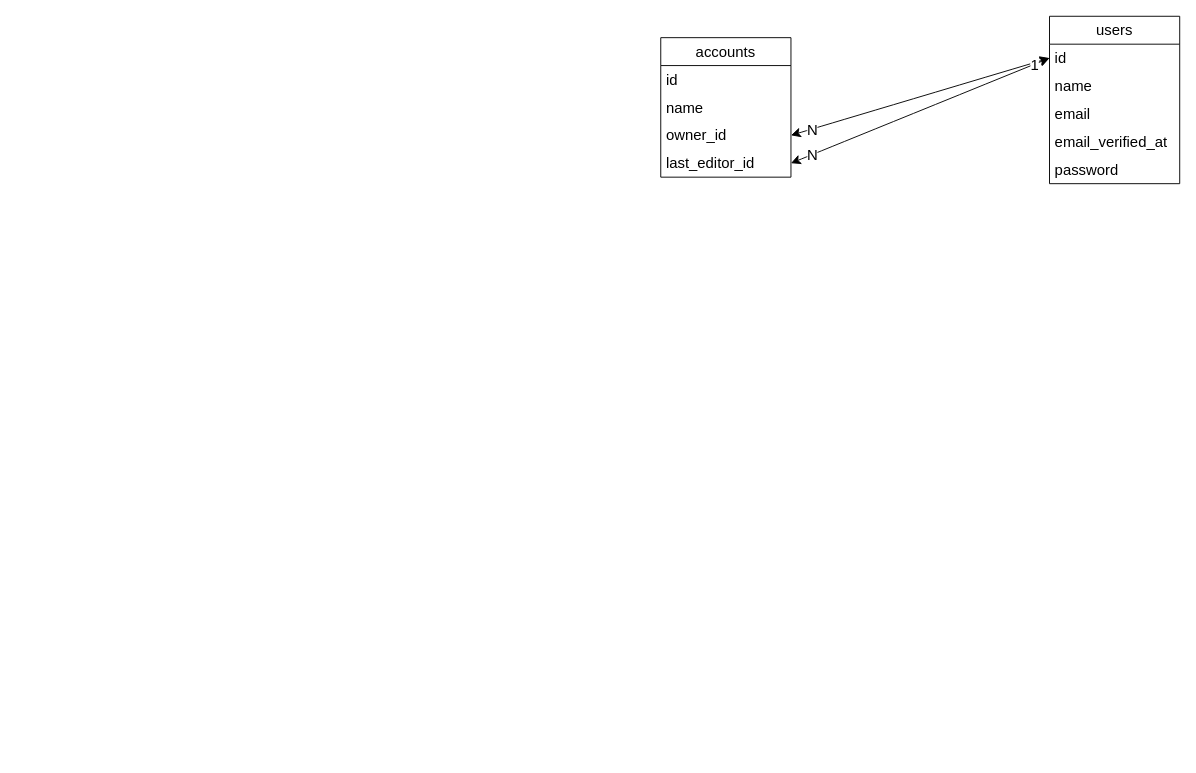
Before: page "Página-2" (2 of 2) of Diagrama sem nome.drawio in vballestrini/diagrams, a draw.io diagram. Source tidied: cells renumbered, new cells numbered last; positions are measured from the earlier drawing's top-left corner, leaving out a move shared by most shapes. Both pictures are drawn from the tidied source at 93%, with x=0, y=0 at pixel (660, 16).
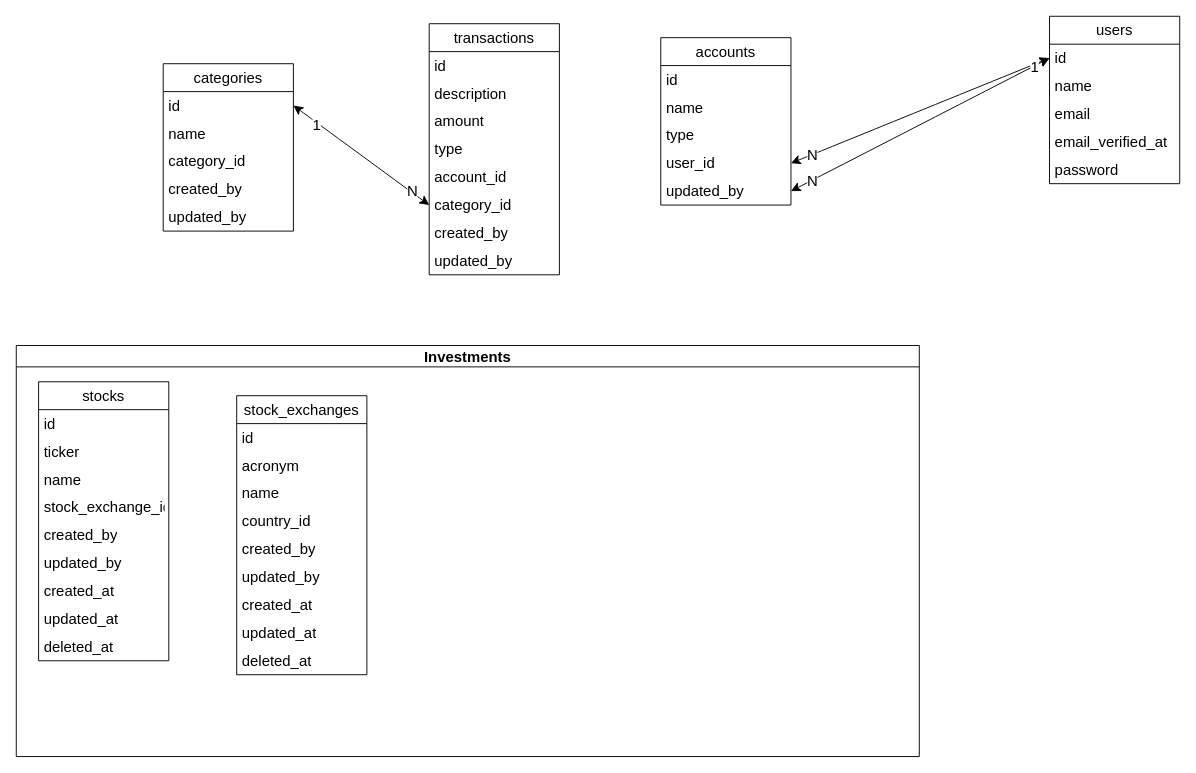
The same page after the edit.

Change to the diagram source:
```diff
@@
     <mxCell id="2" value="accounts" style="swimlane;fontStyle=0;horizontal=1;startSize=30;whiteSpace=wrap;html=1;fontSize=16;" parent="1" vertex="1">
-      <mxGeometry y="23" width="140" height="150" as="geometry" />
+      <mxGeometry y="23" width="140" height="180" as="geometry" />
     </mxCell>
@@
+    <mxCell id="20" value="type" style="text;strokeColor=none;fillColor=none;align=left;verticalAlign=middle;spacingLeft=4;spacingRight=4;overflow=hidden;whiteSpace=wrap;html=1;fontSize=16;" parent="2" vertex="1">
+      <mxGeometry y="90" width="140" height="30" as="geometry" />
+    </mxCell>
-    <mxCell id="5" value="owner_id" style="text;strokeColor=none;fillColor=none;align=left;verticalAlign=middle;spacingLeft=4;spacingRight=4;overflow=hidden;points=[[0,0.5],[1,0.5]];portConstraint=eastwest;whiteSpace=wrap;html=1;fontSize=16;" parent="2" vertex="1">
-      <mxGeometry y="90" width="140" height="30" as="geometry" />
+    <mxCell id="5" value="user_id" style="text;strokeColor=none;fillColor=none;align=left;verticalAlign=middle;spacingLeft=4;spacingRight=4;overflow=hidden;points=[[0,0.5],[1,0.5]];portConstraint=eastwest;whiteSpace=wrap;html=1;fontSize=16;" parent="2" vertex="1">
+      <mxGeometry y="120" width="140" height="30" as="geometry" />
     </mxCell>
-    <mxCell id="6" value="last_editor_id" style="text;strokeColor=none;fillColor=none;align=left;verticalAlign=middle;spacingLeft=4;spacingRight=4;overflow=hidden;points=[[0,0.5],[1,0.5]];portConstraint=eastwest;whiteSpace=wrap;html=1;fontSize=16;" parent="2" vertex="1">
-      <mxGeometry y="120" width="140" height="30" as="geometry" />
+    <mxCell id="6" value="updated_by" style="text;strokeColor=none;fillColor=none;align=left;verticalAlign=middle;spacingLeft=4;spacingRight=4;overflow=hidden;points=[[0,0.5],[1,0.5]];portConstraint=eastwest;whiteSpace=wrap;html=1;fontSize=16;" parent="2" vertex="1">
+      <mxGeometry y="150" width="140" height="30" as="geometry" />
     </mxCell>
@@
+    <mxCell id="21" value="transactions" style="swimlane;fontStyle=0;horizontal=1;startSize=30;whiteSpace=wrap;html=1;fontSize=16;" parent="1" vertex="1">
+      <mxGeometry x="-249" y="8" width="140" height="270" as="geometry" />
+    </mxCell>
+    <mxCell id="22" value="id" style="text;strokeColor=none;fillColor=none;align=left;verticalAlign=middle;spacingLeft=4;spacingRight=4;overflow=hidden;whiteSpace=wrap;html=1;fontSize=16;" parent="21" vertex="1">
+      <mxGeometry y="30" width="140" height="30" as="geometry" />
+    </mxCell>
+    <mxCell id="23" value="description" style="text;strokeColor=none;fillColor=none;align=left;verticalAlign=middle;spacingLeft=4;spacingRight=4;overflow=hidden;whiteSpace=wrap;html=1;fontSize=16;" parent="21" vertex="1">
+      <mxGeometry y="60" width="140" height="30" as="geometry" />
+    </mxCell>
+    <mxCell id="24" value="amount" style="text;strokeColor=none;fillColor=none;align=left;verticalAlign=middle;spacingLeft=4;spacingRight=4;overflow=hidden;whiteSpace=wrap;html=1;fontSize=16;" parent="21" vertex="1">
+      <mxGeometry y="90" width="140" height="30" as="geometry" />
+    </mxCell>
+    <mxCell id="25" value="type" style="text;strokeColor=none;fillColor=none;align=left;verticalAlign=middle;spacingLeft=4;spacingRight=4;overflow=hidden;whiteSpace=wrap;html=1;fontSize=16;" parent="21" vertex="1">
+      <mxGeometry y="120" width="140" height="30" as="geometry" />
+    </mxCell>
+    <mxCell id="26" value="account_id" style="text;strokeColor=none;fillColor=none;align=left;verticalAlign=middle;spacingLeft=4;spacingRight=4;overflow=hidden;whiteSpace=wrap;html=1;fontSize=16;" parent="21" vertex="1">
+      <mxGeometry y="150" width="140" height="30" as="geometry" />
+    </mxCell>
+    <mxCell id="27" value="category_id" style="text;strokeColor=none;fillColor=none;align=left;verticalAlign=middle;spacingLeft=4;spacingRight=4;overflow=hidden;points=[[0,0.5],[1,0.5]];portConstraint=eastwest;whiteSpace=wrap;html=1;fontSize=16;" parent="21" vertex="1">
+      <mxGeometry y="180" width="140" height="30" as="geometry" />
+    </mxCell>
+    <mxCell id="28" value="created_by" style="text;strokeColor=none;fillColor=none;align=left;verticalAlign=middle;spacingLeft=4;spacingRight=4;overflow=hidden;whiteSpace=wrap;html=1;fontSize=16;" parent="21" vertex="1">
+      <mxGeometry y="210" width="140" height="30" as="geometry" />
+    </mxCell>
+    <mxCell id="29" value="updated_by" style="text;strokeColor=none;fillColor=none;align=left;verticalAlign=middle;spacingLeft=4;spacingRight=4;overflow=hidden;whiteSpace=wrap;html=1;fontSize=16;" parent="21" vertex="1">
+      <mxGeometry y="240" width="140" height="30" as="geometry" />
+    </mxCell>
+    <mxCell id="30" value="categories" style="swimlane;fontStyle=0;horizontal=1;startSize=30;whiteSpace=wrap;html=1;fontSize=16;" parent="1" vertex="1">
+      <mxGeometry x="-535" y="51" width="140" height="180" as="geometry" />
+    </mxCell>
+    <mxCell id="31" value="id" style="text;strokeColor=none;fillColor=none;align=left;verticalAlign=middle;spacingLeft=4;spacingRight=4;overflow=hidden;points=[[0,0.5],[1,0.5]];portConstraint=eastwest;whiteSpace=wrap;html=1;fontSize=16;" parent="30" vertex="1">
+      <mxGeometry y="30" width="140" height="30" as="geometry" />
+    </mxCell>
+    <mxCell id="32" value="name" style="text;strokeColor=none;fillColor=none;align=left;verticalAlign=middle;spacingLeft=4;spacingRight=4;overflow=hidden;whiteSpace=wrap;html=1;fontSize=16;" parent="30" vertex="1">
+      <mxGeometry y="60" width="140" height="30" as="geometry" />
+    </mxCell>
+    <mxCell id="33" value="category_id" style="text;strokeColor=none;fillColor=none;align=left;verticalAlign=middle;spacingLeft=4;spacingRight=4;overflow=hidden;whiteSpace=wrap;html=1;fontSize=16;" parent="30" vertex="1">
+      <mxGeometry y="90" width="140" height="30" as="geometry" />
+    </mxCell>
+    <mxCell id="34" value="created_by" style="text;strokeColor=none;fillColor=none;align=left;verticalAlign=middle;spacingLeft=4;spacingRight=4;overflow=hidden;whiteSpace=wrap;html=1;fontSize=16;" parent="30" vertex="1">
+      <mxGeometry y="120" width="140" height="30" as="geometry" />
+    </mxCell>
+    <mxCell id="35" value="updated_by" style="text;strokeColor=none;fillColor=none;align=left;verticalAlign=middle;spacingLeft=4;spacingRight=4;overflow=hidden;whiteSpace=wrap;html=1;fontSize=16;" parent="30" vertex="1">
+      <mxGeometry y="150" width="140" height="30" as="geometry" />
+    </mxCell>
+    <mxCell id="36" style="endArrow=classic;startArrow=classic;html=1;rounded=0;fontSize=12;startSize=8;endSize=8;curved=1;entryX=0;entryY=0.5;entryDx=0;entryDy=0;exitX=1;exitY=0.5;exitDx=0;exitDy=0;" parent="1" edge="1" source="31" target="27">
+      <mxGeometry relative="1" as="geometry" />
+    </mxCell>
+    <mxCell id="37" value="1" style="edgeLabel;html=1;align=center;verticalAlign=middle;fontSize=16;" parent="36" vertex="1">
+      <mxGeometry x="-0.65" y="-2" relative="1" as="geometry" />
+    </mxCell>
+    <mxCell id="38" value="N" style="edgeLabel;html=1;align=center;verticalAlign=middle;fontSize=16;" parent="36" vertex="1">
+      <mxGeometry x="0.73" y="1" relative="1" as="geometry" />
+    </mxCell>
+    <mxCell id="39" value="Investments" style="swimlane;whiteSpace=wrap;html=1;fontSize=16;" parent="1" vertex="1">
+      <mxGeometry x="-693" y="354" width="971" height="442" as="geometry" />
+    </mxCell>
+    <mxCell id="40" value="stocks" style="swimlane;fontStyle=0;horizontal=1;startSize=30;whiteSpace=wrap;html=1;fontSize=16;" parent="39" vertex="1">
+      <mxGeometry x="24" y="39" width="140" height="300" as="geometry" />
+    </mxCell>
+    <mxCell id="41" value="id" style="text;strokeColor=none;fillColor=none;align=left;verticalAlign=middle;spacingLeft=4;spacingRight=4;overflow=hidden;whiteSpace=wrap;html=1;fontSize=16;" parent="40" vertex="1">
+      <mxGeometry y="30" width="140" height="30" as="geometry" />
+    </mxCell>
+    <mxCell id="42" value="ticker" style="text;strokeColor=none;fillColor=none;align=left;verticalAlign=middle;spacingLeft=4;spacingRight=4;overflow=hidden;whiteSpace=wrap;html=1;fontSize=16;" parent="40" vertex="1">
+      <mxGeometry y="60" width="140" height="30" as="geometry" />
+    </mxCell>
+    <mxCell id="43" value="name" style="text;strokeColor=none;fillColor=none;align=left;verticalAlign=middle;spacingLeft=4;spacingRight=4;overflow=hidden;whiteSpace=wrap;html=1;fontSize=16;" parent="40" vertex="1">
+      <mxGeometry y="90" width="140" height="30" as="geometry" />
+    </mxCell>
+    <mxCell id="44" value="stock_exchange_id" style="text;strokeColor=none;fillColor=none;align=left;verticalAlign=middle;spacingLeft=4;spacingRight=4;overflow=hidden;whiteSpace=wrap;html=1;fontSize=16;" parent="40" vertex="1">
+      <mxGeometry y="120" width="140" height="30" as="geometry" />
+    </mxCell>
+    <mxCell id="45" value="created_by" style="text;strokeColor=none;fillColor=none;align=left;verticalAlign=middle;spacingLeft=4;spacingRight=4;overflow=hidden;whiteSpace=wrap;html=1;fontSize=16;" parent="40" vertex="1">
+      <mxGeometry y="150" width="140" height="30" as="geometry" />
+    </mxCell>
+    <mxCell id="46" value="updated_by" style="text;strokeColor=none;fillColor=none;align=left;verticalAlign=middle;spacingLeft=4;spacingRight=4;overflow=hidden;whiteSpace=wrap;html=1;fontSize=16;" parent="40" vertex="1">
+      <mxGeometry y="180" width="140" height="30" as="geometry" />
+    </mxCell>
+    <mxCell id="47" value="created_at" style="text;strokeColor=none;fillColor=none;align=left;verticalAlign=middle;spacingLeft=4;spacingRight=4;overflow=hidden;whiteSpace=wrap;html=1;fontSize=16;" parent="40" vertex="1">
+      <mxGeometry y="210" width="140" height="30" as="geometry" />
+    </mxCell>
+    <mxCell id="48" value="updated_at" style="text;strokeColor=none;fillColor=none;align=left;verticalAlign=middle;spacingLeft=4;spacingRight=4;overflow=hidden;whiteSpace=wrap;html=1;fontSize=16;" parent="40" vertex="1">
+      <mxGeometry y="240" width="140" height="30" as="geometry" />
+    </mxCell>
+    <mxCell id="49" value="deleted_at" style="text;strokeColor=none;fillColor=none;align=left;verticalAlign=middle;spacingLeft=4;spacingRight=4;overflow=hidden;whiteSpace=wrap;html=1;fontSize=16;" parent="40" vertex="1">
+      <mxGeometry y="270" width="140" height="30" as="geometry" />
+    </mxCell>
+    <mxCell id="50" value="stock_exchanges" style="swimlane;fontStyle=0;horizontal=1;startSize=30;whiteSpace=wrap;html=1;fontSize=16;" parent="39" vertex="1">
+      <mxGeometry x="237" y="54" width="140" height="300" as="geometry" />
+    </mxCell>
+    <mxCell id="51" value="id" style="text;strokeColor=none;fillColor=none;align=left;verticalAlign=middle;spacingLeft=4;spacingRight=4;overflow=hidden;whiteSpace=wrap;html=1;fontSize=16;" parent="50" vertex="1">
+      <mxGeometry y="30" width="140" height="30" as="geometry" />
+    </mxCell>
+    <mxCell id="52" value="acronym" style="text;strokeColor=none;fillColor=none;align=left;verticalAlign=middle;spacingLeft=4;spacingRight=4;overflow=hidden;whiteSpace=wrap;html=1;fontSize=16;" parent="50" vertex="1">
+      <mxGeometry y="60" width="140" height="30" as="geometry" />
+    </mxCell>
+    <mxCell id="53" value="name" style="text;strokeColor=none;fillColor=none;align=left;verticalAlign=middle;spacingLeft=4;spacingRight=4;overflow=hidden;whiteSpace=wrap;html=1;fontSize=16;" parent="50" vertex="1">
+      <mxGeometry y="90" width="140" height="30" as="geometry" />
+    </mxCell>
+    <mxCell id="54" value="country_id" style="text;strokeColor=none;fillColor=none;align=left;verticalAlign=middle;spacingLeft=4;spacingRight=4;overflow=hidden;whiteSpace=wrap;html=1;fontSize=16;" parent="50" vertex="1">
+      <mxGeometry y="120" width="140" height="30" as="geometry" />
+    </mxCell>
+    <mxCell id="55" value="created_by" style="text;strokeColor=none;fillColor=none;align=left;verticalAlign=middle;spacingLeft=4;spacingRight=4;overflow=hidden;whiteSpace=wrap;html=1;fontSize=16;" parent="50" vertex="1">
+      <mxGeometry y="150" width="140" height="30" as="geometry" />
+    </mxCell>
+    <mxCell id="56" value="updated_by" style="text;strokeColor=none;fillColor=none;align=left;verticalAlign=middle;spacingLeft=4;spacingRight=4;overflow=hidden;whiteSpace=wrap;html=1;fontSize=16;" parent="50" vertex="1">
+      <mxGeometry y="180" width="140" height="30" as="geometry" />
+    </mxCell>
+    <mxCell id="57" value="created_at" style="text;strokeColor=none;fillColor=none;align=left;verticalAlign=middle;spacingLeft=4;spacingRight=4;overflow=hidden;whiteSpace=wrap;html=1;fontSize=16;" parent="50" vertex="1">
+      <mxGeometry y="210" width="140" height="30" as="geometry" />
+    </mxCell>
+    <mxCell id="58" value="updated_at" style="text;strokeColor=none;fillColor=none;align=left;verticalAlign=middle;spacingLeft=4;spacingRight=4;overflow=hidden;whiteSpace=wrap;html=1;fontSize=16;" parent="50" vertex="1">
+      <mxGeometry y="240" width="140" height="30" as="geometry" />
+    </mxCell>
+    <mxCell id="59" value="deleted_at" style="text;strokeColor=none;fillColor=none;align=left;verticalAlign=middle;spacingLeft=4;spacingRight=4;overflow=hidden;whiteSpace=wrap;html=1;fontSize=16;" parent="50" vertex="1">
+      <mxGeometry y="270" width="140" height="30" as="geometry" />
+    </mxCell>
```
